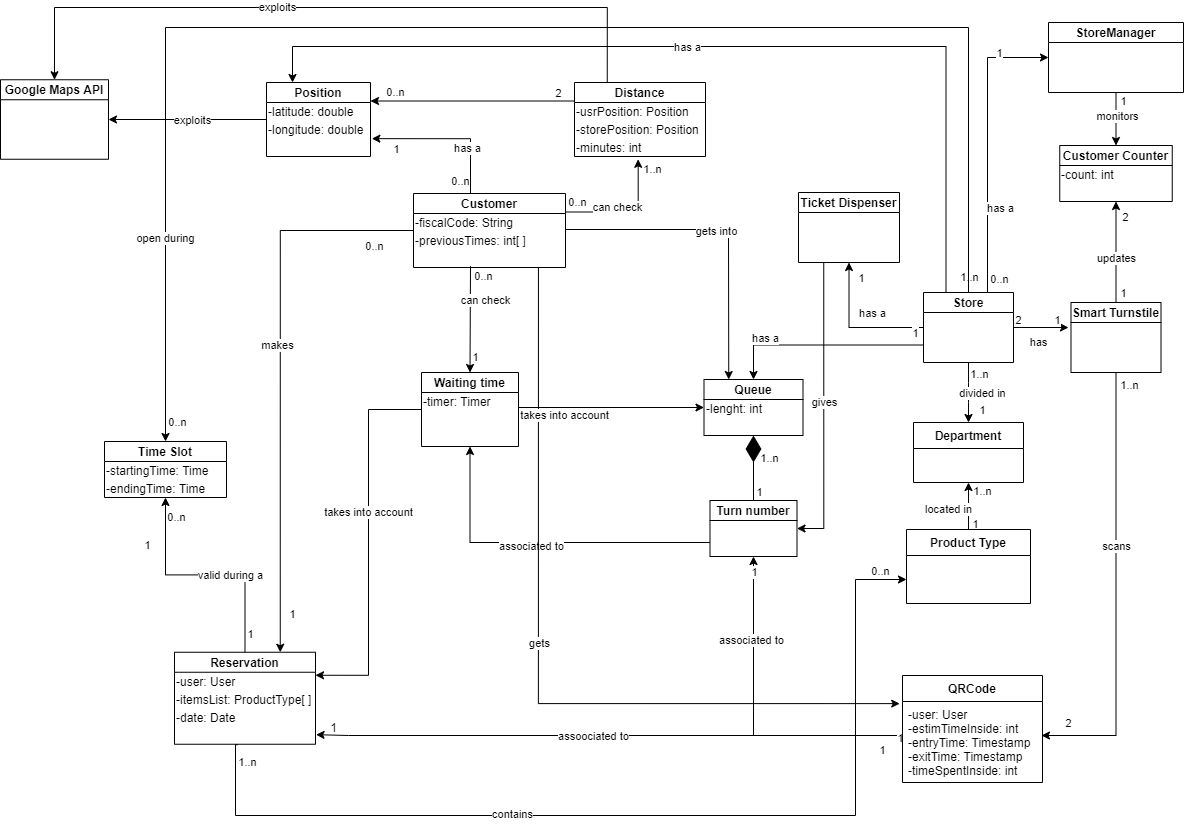
Above: RASD/class_diagram.png in olimpiarivera/RiveraPolidori (draw.io), before the change. Source tidied: cells renumbered, new cells last; positions are measured from the earlier drawing's top-left corner, leaving out a move shared by most shapes.
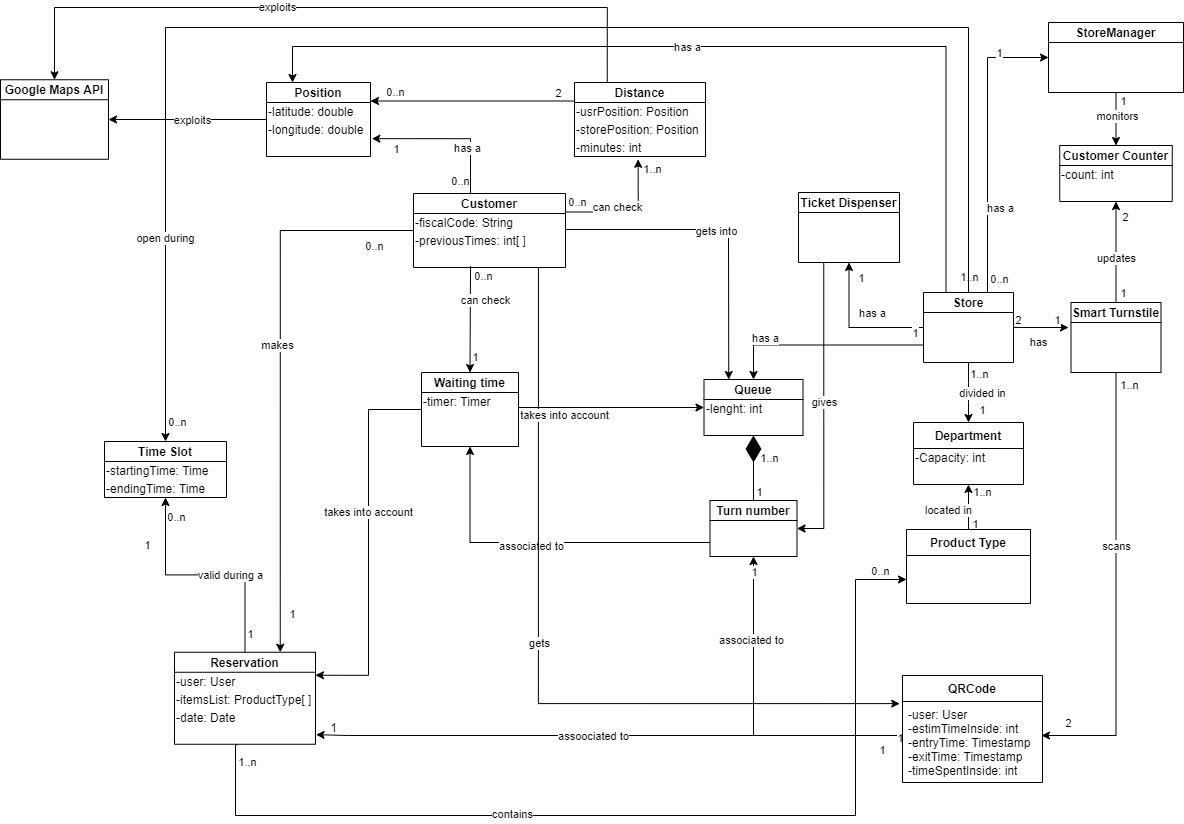
The same file after the commit.

Commit message:
updated class diagram

The edit, as a diff of the source:
```diff
@@ -139,8 +139,14 @@
       </mxGeometry>
     </mxCell>
     <mxCell id="28" value="Department" style="swimlane;fontStyle=1;horizontal=1;startSize=26;fillColor=none;" parent="1" vertex="1">
-      <mxGeometry x="913" y="415" width="110" height="60" as="geometry" />
+      <mxGeometry x="913" y="415" width="110" height="62" as="geometry" />
     </mxCell>
+    <mxCell id="136" value="-Capacity: int" style="text;html=1;align=left;verticalAlign=middle;" parent="28" vertex="1">
+      <mxGeometry y="26" width="110" height="18" as="geometry" />
+    </mxCell>
+    <mxCell id="137" value="&amp;nbsp;" style="text;html=1;align=center;verticalAlign=middle;" parent="28" vertex="1">
+      <mxGeometry y="44" width="110" height="18" as="geometry" />
+    </mxCell>
     <mxCell id="29" style="edgeStyle=orthogonalEdgeStyle;rounded=0;sketch=0;jettySize=auto;html=1;exitX=0.5;exitY=0;exitDx=0;exitDy=0;entryX=0.5;entryY=1;entryDx=0;entryDy=0;startArrow=none;startFill=0;sourcePerimeterSpacing=0;" parent="1" edge="1" source="41" target="46">
       <mxGeometry relative="1" as="geometry" />
     </mxCell>
```
